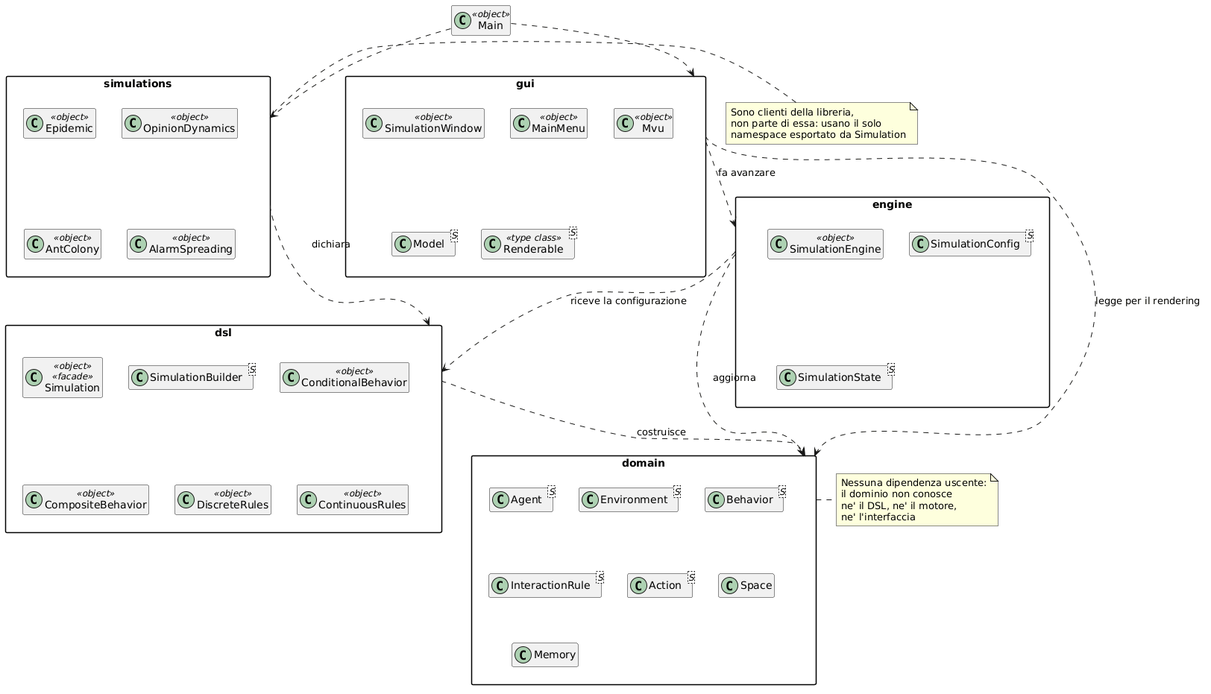
Earlier version of the PlantUML export docs/img/A1-architecture-modules.png (alessiobifulco/PPS-25-ABMScala). The source it was exported from:
```plantuml
@startuml
skinparam shadowing false
skinparam packageStyle rectangle
hide empty members

package "simulations" as SIM {
  class Epidemic <<object>>
  class OpinionDynamics <<object>>
  class AntColony <<object>>
  class AlarmSpreading <<object>>
}

package "gui" as GUI {
  class SimulationWindow <<object>>
  class MainMenu <<object>>
  class Mvu <<object>>
  class "Model<S>" as Model
  class "Renderable<S>" as Renderable <<type class>>
}

package "engine" as ENG {
  class SimulationEngine <<object>>
  class "SimulationConfig<S>" as Config
  class "SimulationState<S>" as SState
}

package "dsl" as DSL {
  class Simulation <<object>> <<facade>>
  class "SimulationBuilder<S>" as SB
  class ConditionalBehavior <<object>>
  class CompositeBehavior <<object>>
  class DiscreteRules <<object>>
  class ContinuousRules <<object>>
}

package "domain" as DOM {
  class "Agent<S>" as Agent
  class "Environment<S>" as Env
  class "Behavior<S>" as Behavior
  class "InteractionRule<S>" as Rule
  class "Action<S>" as Action
  class "Space" as Space
  class Memory
}

class Main <<object>>

DSL ..> DOM : costruisce
ENG ..> DOM : aggiorna
ENG ..> DSL : riceve la configurazione
GUI ..> ENG : fa avanzare
GUI ..> DOM : legge per il rendering
SIM ..> DSL : dichiara
Main ..> GUI
Main ..> SIM

note right of DOM
  Nessuna dipendenza uscente:
  il dominio non conosce
  ne' il DSL, ne' il motore,
  ne' l'interfaccia
end note

note left of SIM
  Sono clienti della libreria,
  non parte di essa: usano il solo
  namespace esportato da Simulation
end note
@enduml
```
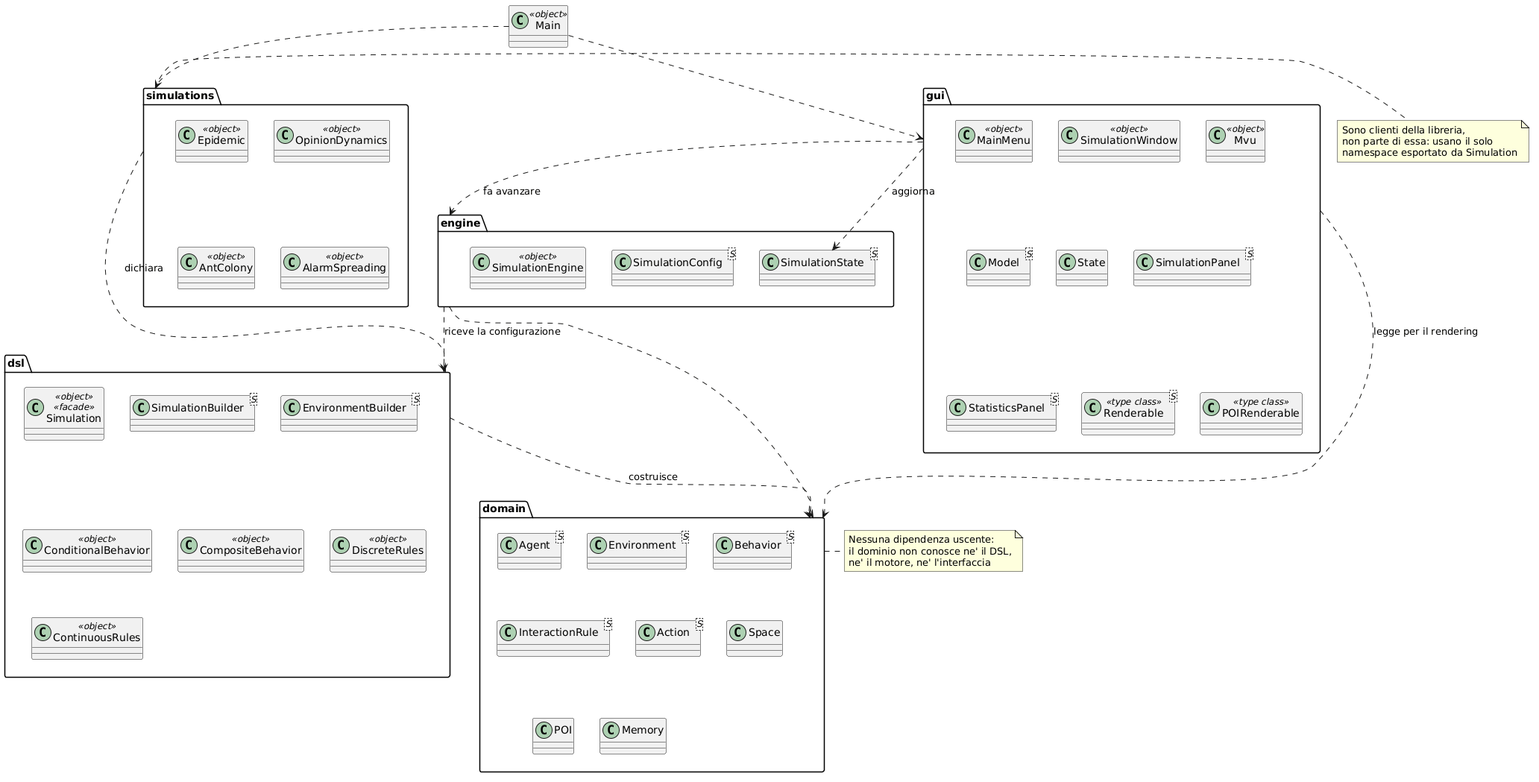
After the commit.

What changed in the source:
```diff
@@ -1,69 +1,74 @@
 @startuml
-skinparam shadowing false
-skinparam packageStyle rectangle
-hide empty members
+skinparam classAttributeIconSize 0
 
-package "simulations" as SIM {
+class Main <<object>>
+
+package simulations {
   class Epidemic <<object>>
   class OpinionDynamics <<object>>
   class AntColony <<object>>
   class AlarmSpreading <<object>>
 }
 
-package "gui" as GUI {
+package gui {
+  class MainMenu <<object>>
   class SimulationWindow <<object>>
-  class MainMenu <<object>>
   class Mvu <<object>>
-  class "Model<S>" as Model
-  class "Renderable<S>" as Renderable <<type class>>
+  class Model<S>
+  class GuiState as "State"
+  class SimulationPanel<S>
+  class StatisticsPanel<S>
+  class Renderable<S> <<type class>>
+  class POIRenderable <<type class>>
 }
 
-package "engine" as ENG {
+package engine {
   class SimulationEngine <<object>>
-  class "SimulationConfig<S>" as Config
-  class "SimulationState<S>" as SState
+  class SimulationConfig<S>
+  class SimulationState<S>
 }
 
-package "dsl" as DSL {
+package dsl {
   class Simulation <<object>> <<facade>>
-  class "SimulationBuilder<S>" as SB
+  class SimulationBuilder<S>
+  class EnvironmentBuilder<S>
   class ConditionalBehavior <<object>>
   class CompositeBehavior <<object>>
   class DiscreteRules <<object>>
   class ContinuousRules <<object>>
 }
 
-package "domain" as DOM {
-  class "Agent<S>" as Agent
-  class "Environment<S>" as Env
-  class "Behavior<S>" as Behavior
-  class "InteractionRule<S>" as Rule
-  class "Action<S>" as Action
-  class "Space" as Space
+package domain {
+  class Agent<S>
+  class Environment<S>
+  class Behavior<S>
+  class InteractionRule<S>
+  class Action<S>
+  class Space
+  class POI
   class Memory
 }
 
-class Main <<object>>
+Main ..> simulations
+Main ..> gui
 
-DSL ..> DOM : costruisce
-ENG ..> DOM : aggiorna
-ENG ..> DSL : riceve la configurazione
-GUI ..> ENG : fa avanzare
-GUI ..> DOM : legge per il rendering
-SIM ..> DSL : dichiara
-Main ..> GUI
-Main ..> SIM
+simulations ..> dsl : dichiara
+dsl ..> domain : costruisce
+engine ..> dsl : riceve la configurazione
+engine ..> domain
+gui ..> engine : fa avanzare
+gui ..> SimulationState : aggiorna
+gui ..> domain : legge per il rendering
 
-note right of DOM
-  Nessuna dipendenza uscente:
-  il dominio non conosce
-  ne' il DSL, ne' il motore,
-  ne' l'interfaccia
-end note
-
-note left of SIM
+note right of simulations
   Sono clienti della libreria,
   non parte di essa: usano il solo
   namespace esportato da Simulation
 end note
+
+note right of domain
+  Nessuna dipendenza uscente:
+  il dominio non conosce ne' il DSL,
+  ne' il motore, ne' l'interfaccia
+end note
 @enduml
```
